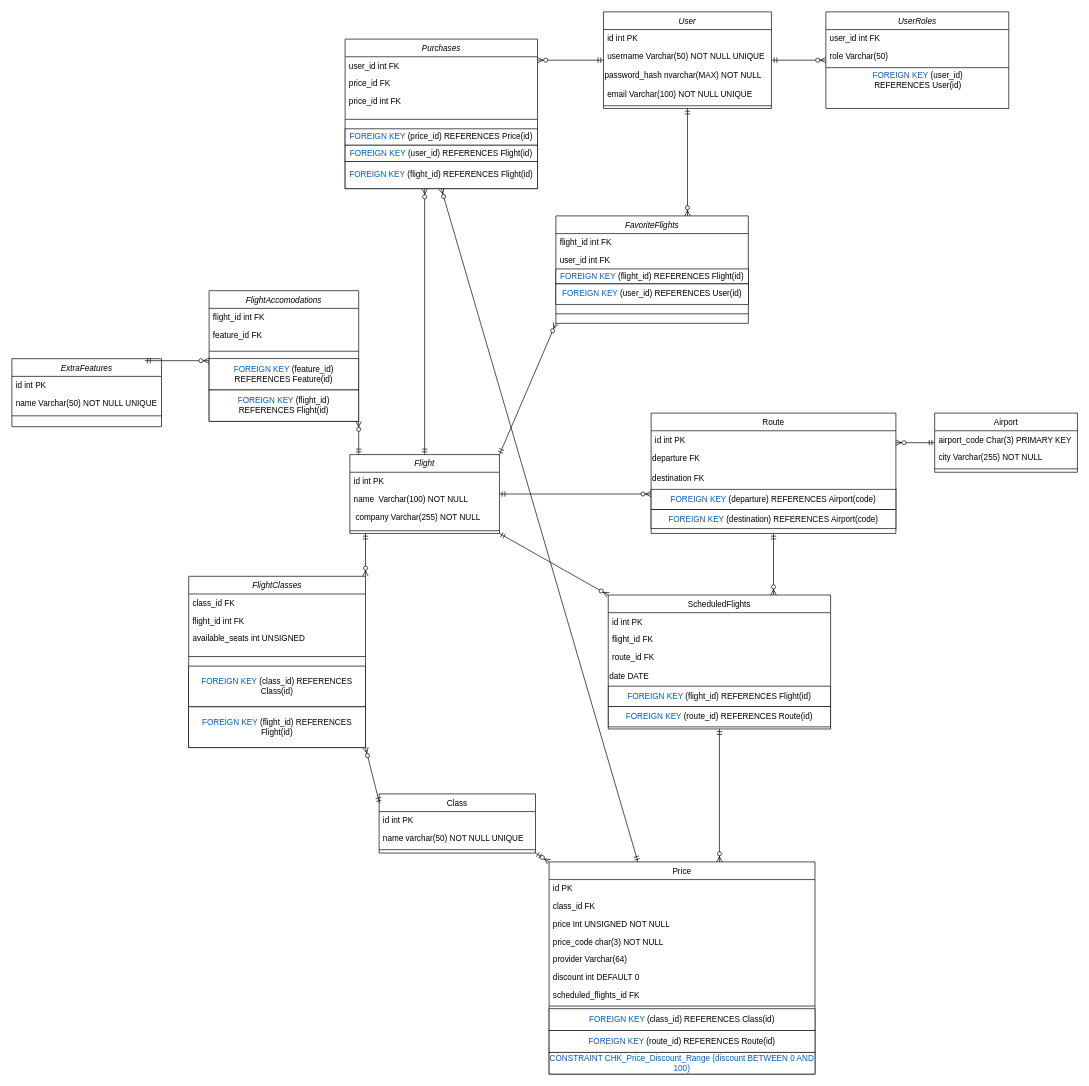
Osterie/IDATA2301_IDATA2306_GROUP_7 keeps this draw.io diagram as backend-Idata2306/Resources/database_flights.drawio. Above is the earlier version. Source tidied: cells renumbered, new cells numbered last; positions are measured from the earlier drawing's top-left corner, leaving out a move shared by most shapes. Both pictures are drawn from the tidied source at 68%, with x=0, y=0 at pixel (12, 12).
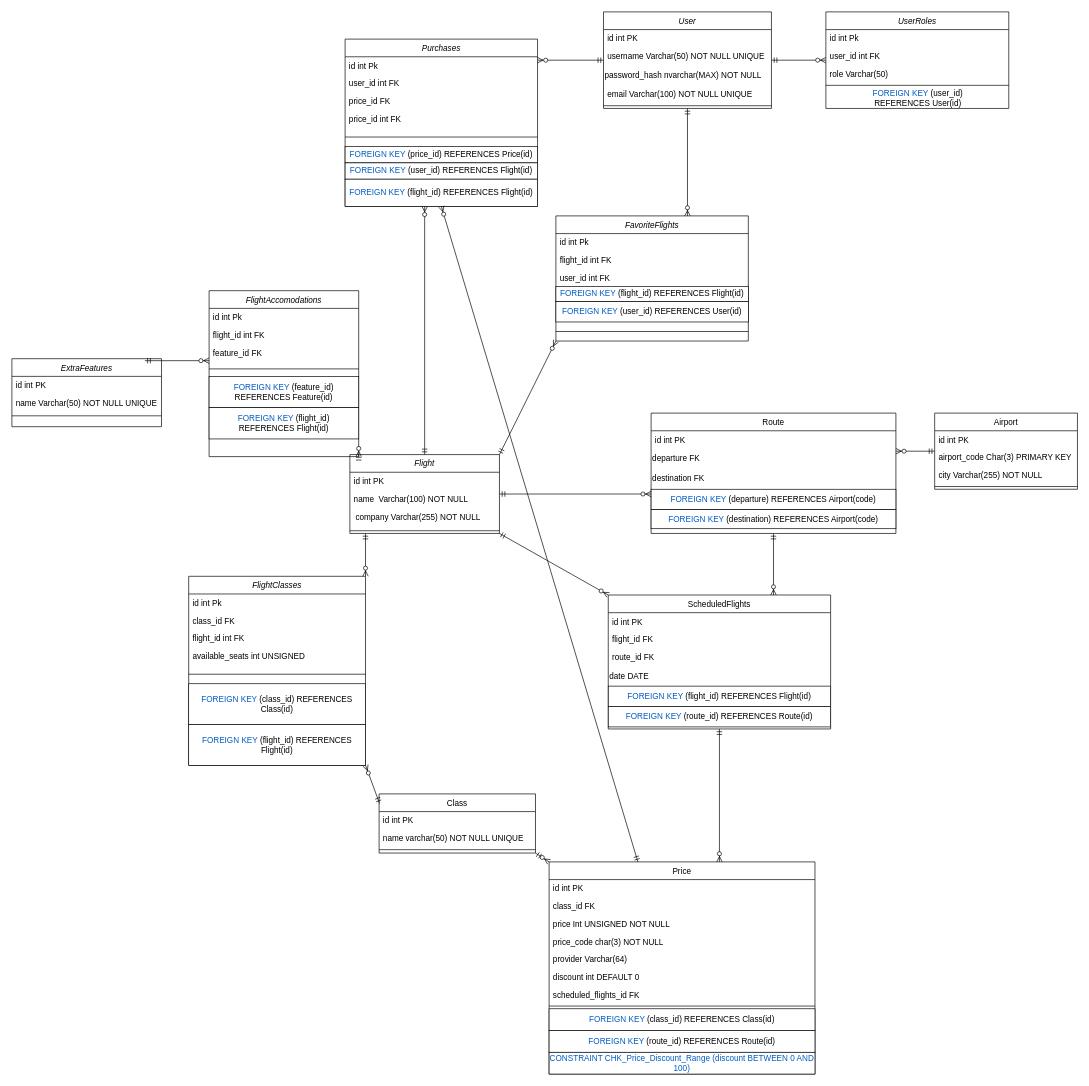
Above is the later version.

Commit message:
Added id to theflight table

Unchanged cells that the change refers to:
```xml
<mxCell id="65" value="Price" style="swimlane;fontStyle=0;align=center;verticalAlign=top;horizontal=1;startSize=26;rounded=0;shadow=0;strokeWidth=1;" parent="1" vertex="1">
  <mxGeometry x="790" y="1250" width="391" height="312" as="geometry" />
</mxCell>
<mxCell id="92" value="UserRoles" style="swimlane;fontStyle=2;align=center;verticalAlign=top;horizontal=1;startSize=26;rounded=0;shadow=0;strokeWidth=1;" parent="1" vertex="1">
  <mxGeometry x="1197" width="269" height="142" as="geometry" />
</mxCell>
```

The edit, as a diff of the source:
```diff
@@
     <mxCell id="7" value="Airport" style="swimlane;fontStyle=0;align=center;verticalAlign=top;horizontal=1;startSize=26;rounded=0;shadow=0;strokeWidth=1;" parent="1" vertex="1">
-      <mxGeometry x="1357" y="590" width="210" height="87" as="geometry" />
+      <mxGeometry x="1357" y="590" width="210" height="112" as="geometry" />
     </mxCell>
-    <mxCell id="8" value="airport_code Char(3) PRIMARY KEY" style="text;align=left;verticalAlign=top;spacingLeft=4;spacingRight=4;overflow=hidden;" parent="7" vertex="1">
+    <mxCell id="8" value="id int PK" style="text;align=left;verticalAlign=top;spacingLeft=4;spacingRight=4;overflow=hidden;" parent="7" vertex="1">
       <mxGeometry y="26" width="210" height="26" as="geometry" />
     </mxCell>
+    <mxCell id="98" value="airport_code Char(3) PRIMARY KEY" style="text;align=left;verticalAlign=top;spacingLeft=4;spacingRight=4;overflow=hidden;" parent="7" vertex="1">
+      <mxGeometry y="52" width="210" height="26" as="geometry" />
+    </mxCell>
     <mxCell id="9" value="city Varchar(255) NOT NULL" style="text;align=left;verticalAlign=top;spacingLeft=4;spacingRight=4;overflow=hidden;rounded=0;shadow=0;html=0;" parent="7" vertex="1">
-      <mxGeometry y="52" width="210" height="26" as="geometry" />
+      <mxGeometry y="78" width="210" height="26" as="geometry" />
     </mxCell>
     <mxCell id="10" style="line;html=1;strokeWidth=1;align=left;verticalAlign=middle;spacingTop=-1;spacingLeft=3;spacingRight=3;labelPosition=right;" parent="7" vertex="1">
-      <mxGeometry y="78" width="210" height="8" as="geometry" />
+      <mxGeometry y="104" width="210" height="8" as="geometry" />
     </mxCell>
@@
     <mxCell id="25" value="FavoriteFlights" style="swimlane;fontStyle=2;align=center;verticalAlign=top;horizontal=1;startSize=26;rounded=0;shadow=0;strokeWidth=1;" parent="1" vertex="1">
-      <mxGeometry x="800" y="300" width="283" height="158" as="geometry" />
+      <mxGeometry x="800" y="300" width="283" height="184" as="geometry" />
     </mxCell>
+    <mxCell id="99" value="id int Pk" style="text;align=left;verticalAlign=top;spacingLeft=4;spacingRight=4;overflow=hidden;" parent="25" vertex="1">
+      <mxGeometry y="26" width="283" height="26" as="geometry" />
+    </mxCell>
     <mxCell id="26" value="flight_id int FK" style="text;align=left;verticalAlign=top;spacingLeft=4;spacingRight=4;overflow=hidden;" parent="25" vertex="1">
-      <mxGeometry y="26" width="283" height="26" as="geometry" />
+      <mxGeometry y="52" width="283" height="26" as="geometry" />
     </mxCell>
     <mxCell id="27" value="user_id int FK" style="text;align=left;verticalAlign=top;spacingLeft=4;spacingRight=4;overflow=hidden;" parent="25" vertex="1">
-      <mxGeometry y="52" width="283" height="26" as="geometry" />
+      <mxGeometry y="78" width="283" height="26" as="geometry" />
     </mxCell>
     <mxCell id="28" value="&lt;span style=&quot;color: rgb(0, 92, 197); --darkreader-inline-color: var(--darkreader-text-005cc5, #56b1ff);&quot; class=&quot;sqlkeywordcolor&quot;&gt;FOREIGN&lt;/span&gt;&amp;nbsp;&lt;span style=&quot;color: rgb(0, 92, 197); --darkreader-inline-color: var(--darkreader-text-005cc5, #56b1ff);&quot; class=&quot;sqlkeywordcolor&quot;&gt;KEY&lt;/span&gt;&amp;nbsp;(flight_id) REFERENCES Flight(id)" style="whiteSpace=wrap;html=1;" parent="25" vertex="1">
-      <mxGeometry y="78" width="283" height="22" as="geometry" />
+      <mxGeometry y="104" width="283" height="22" as="geometry" />
     </mxCell>
     <mxCell id="29" value="&lt;span style=&quot;color: rgb(0, 92, 197); --darkreader-inline-color: var(--darkreader-text-005cc5, #56b1ff);&quot; class=&quot;sqlkeywordcolor&quot;&gt;FOREIGN&lt;/span&gt;&amp;nbsp;&lt;span style=&quot;color: rgb(0, 92, 197); --darkreader-inline-color: var(--darkreader-text-005cc5, #56b1ff);&quot; class=&quot;sqlkeywordcolor&quot;&gt;KEY&lt;/span&gt;&amp;nbsp;(user_id) REFERENCES User(id)" style="whiteSpace=wrap;html=1;" parent="25" vertex="1">
-      <mxGeometry y="100" width="283" height="30" as="geometry" />
+      <mxGeometry y="126" width="283" height="30" as="geometry" />
     </mxCell>
     <mxCell id="30" style="line;html=1;strokeWidth=1;align=left;verticalAlign=middle;spacingTop=-1;spacingLeft=3;spacingRight=3;labelPosition=right;" parent="25" vertex="1">
-      <mxGeometry y="130" width="283" height="28" as="geometry" />
+      <mxGeometry y="156" width="283" height="28" as="geometry" />
     </mxCell>
     <mxCell id="31" value="Purchases" style="swimlane;fontStyle=2;align=center;verticalAlign=top;horizontal=1;startSize=26;rounded=0;shadow=0;strokeWidth=1;" parent="1" vertex="1">
-      <mxGeometry x="490" y="40" width="283" height="220" as="geometry" />
+      <mxGeometry x="490" y="40" width="283" height="246" as="geometry" />
     </mxCell>
+    <mxCell id="100" value="id int Pk" style="text;align=left;verticalAlign=top;spacingLeft=4;spacingRight=4;overflow=hidden;" parent="31" vertex="1">
+      <mxGeometry y="26" width="283" height="26" as="geometry" />
+    </mxCell>
     <mxCell id="32" value="user_id int FK" style="text;align=left;verticalAlign=top;spacingLeft=4;spacingRight=4;overflow=hidden;" parent="31" vertex="1">
-      <mxGeometry y="26" width="283" height="26" as="geometry" />
+      <mxGeometry y="52" width="283" height="26" as="geometry" />
     </mxCell>
     <mxCell id="33" value="price_id FK" style="text;align=left;verticalAlign=top;spacingLeft=4;spacingRight=4;overflow=hidden;" parent="31" vertex="1">
-      <mxGeometry y="52" width="283" height="26" as="geometry" />
+      <mxGeometry y="78" width="283" height="26" as="geometry" />
     </mxCell>
     <mxCell id="34" value="price_id int FK" style="text;align=left;verticalAlign=top;spacingLeft=4;spacingRight=4;overflow=hidden;" parent="31" vertex="1">
-      <mxGeometry y="78" width="283" height="26" as="geometry" />
+      <mxGeometry y="104" width="283" height="26" as="geometry" />
     </mxCell>
     <mxCell id="35" style="line;html=1;strokeWidth=1;align=left;verticalAlign=middle;spacingTop=-1;spacingLeft=3;spacingRight=3;labelPosition=right;" parent="31" vertex="1">
-      <mxGeometry y="104" width="283" height="28" as="geometry" />
+      <mxGeometry y="130" width="283" height="28" as="geometry" />
     </mxCell>
     <mxCell id="36" value="&lt;span style=&quot;color: rgb(0, 92, 197); --darkreader-inline-color: var(--darkreader-text-005cc5, #56b1ff);&quot; class=&quot;sqlkeywordcolor&quot;&gt;FOREIGN&lt;/span&gt;&amp;nbsp;&lt;span style=&quot;color: rgb(0, 92, 197); --darkreader-inline-color: var(--darkreader-text-005cc5, #56b1ff);&quot; class=&quot;sqlkeywordcolor&quot;&gt;KEY&lt;/span&gt;&amp;nbsp;(price_id) REFERENCES Price(id)" style="whiteSpace=wrap;html=1;" parent="31" vertex="1">
-      <mxGeometry y="132" width="283" height="24" as="geometry" />
+      <mxGeometry y="158" width="283" height="24" as="geometry" />
     </mxCell>
     <mxCell id="37" value="&lt;span style=&quot;color: rgb(0, 92, 197); --darkreader-inline-color: var(--darkreader-text-005cc5, #56b1ff);&quot; class=&quot;sqlkeywordcolor&quot;&gt;FOREIGN&lt;/span&gt;&amp;nbsp;&lt;span style=&quot;color: rgb(0, 92, 197); --darkreader-inline-color: var(--darkreader-text-005cc5, #56b1ff);&quot; class=&quot;sqlkeywordcolor&quot;&gt;KEY&lt;/span&gt;&amp;nbsp;(user_id) REFERENCES Flight(id)" style="whiteSpace=wrap;html=1;" parent="31" vertex="1">
-      <mxGeometry y="156" width="283" height="24" as="geometry" />
+      <mxGeometry y="182" width="283" height="24" as="geometry" />
     </mxCell>
     <mxCell id="38" value="&lt;span style=&quot;color: rgb(0, 92, 197); --darkreader-inline-color: var(--darkreader-text-005cc5, #56b1ff);&quot; class=&quot;sqlkeywordcolor&quot;&gt;FOREIGN&lt;/span&gt;&amp;nbsp;&lt;span style=&quot;color: rgb(0, 92, 197); --darkreader-inline-color: var(--darkreader-text-005cc5, #56b1ff);&quot; class=&quot;sqlkeywordcolor&quot;&gt;KEY&lt;/span&gt;&amp;nbsp;(flight_id) REFERENCES Flight(id)" style="whiteSpace=wrap;html=1;" parent="31" vertex="1">
-      <mxGeometry y="180" width="283" height="40" as="geometry" />
+      <mxGeometry y="206" width="283" height="40" as="geometry" />
     </mxCell>
@@
     <mxCell id="43" value="FlightAccomodations" style="swimlane;fontStyle=2;align=center;verticalAlign=top;horizontal=1;startSize=26;rounded=0;shadow=0;strokeWidth=1;" parent="1" vertex="1">
-      <mxGeometry x="290" y="410" width="220" height="192" as="geometry" />
+      <mxGeometry x="290" y="410" width="220" height="244" as="geometry" />
     </mxCell>
+    <mxCell id="101" value="id int Pk" style="text;align=left;verticalAlign=top;spacingLeft=4;spacingRight=4;overflow=hidden;" parent="43" vertex="1">
+      <mxGeometry y="26" width="220" height="26" as="geometry" />
+    </mxCell>
     <mxCell id="44" value="flight_id int FK" style="text;align=left;verticalAlign=top;spacingLeft=4;spacingRight=4;overflow=hidden;" parent="43" vertex="1">
-      <mxGeometry y="26" width="220" height="26" as="geometry" />
+      <mxGeometry y="52" width="220" height="26" as="geometry" />
     </mxCell>
     <mxCell id="45" value="feature_id FK" style="text;align=left;verticalAlign=top;spacingLeft=4;spacingRight=4;overflow=hidden;" parent="43" vertex="1">
-      <mxGeometry y="52" width="220" height="26" as="geometry" />
+      <mxGeometry y="78" width="220" height="26" as="geometry" />
     </mxCell>
     <mxCell id="46" style="line;html=1;strokeWidth=1;align=left;verticalAlign=middle;spacingTop=-1;spacingLeft=3;spacingRight=3;labelPosition=right;" parent="43" vertex="1">
-      <mxGeometry y="78" width="220" height="22" as="geometry" />
+      <mxGeometry y="104" width="220" height="22" as="geometry" />
     </mxCell>
     <mxCell id="47" value="&lt;span style=&quot;color: rgb(0, 92, 197); --darkreader-inline-color: var(--darkreader-text-005cc5, #56b1ff);&quot; class=&quot;sqlkeywordcolor&quot;&gt;FOREIGN&lt;/span&gt;&amp;nbsp;&lt;span style=&quot;color: rgb(0, 92, 197); --darkreader-inline-color: var(--darkreader-text-005cc5, #56b1ff);&quot; class=&quot;sqlkeywordcolor&quot;&gt;KEY&lt;/span&gt;&amp;nbsp;(feature_id) REFERENCES Feature(id)" style="whiteSpace=wrap;html=1;" parent="43" vertex="1">
-      <mxGeometry y="100" width="220" height="46" as="geometry" />
+      <mxGeometry y="126" width="220" height="46" as="geometry" />
     </mxCell>
     <mxCell id="48" value="&lt;span style=&quot;color: rgb(0, 92, 197); --darkreader-inline-color: var(--darkreader-text-005cc5, #56b1ff);&quot; class=&quot;sqlkeywordcolor&quot;&gt;FOREIGN&lt;/span&gt;&amp;nbsp;&lt;span style=&quot;color: rgb(0, 92, 197); --darkreader-inline-color: var(--darkreader-text-005cc5, #56b1ff);&quot; class=&quot;sqlkeywordcolor&quot;&gt;KEY&lt;/span&gt;&amp;nbsp;(flight_id) REFERENCES Flight(id)" style="whiteSpace=wrap;html=1;" parent="43" vertex="1">
-      <mxGeometry y="146" width="220" height="46" as="geometry" />
+      <mxGeometry y="172" width="220" height="46" as="geometry" />
     </mxCell>
     <mxCell id="49" value="FlightClasses" style="swimlane;fontStyle=2;align=center;verticalAlign=top;horizontal=1;startSize=26;rounded=0;shadow=0;strokeWidth=1;" parent="1" vertex="1">
-      <mxGeometry x="260" y="830" width="260" height="252" as="geometry" />
+      <mxGeometry x="260" y="830" width="260" height="278" as="geometry" />
     </mxCell>
+    <mxCell id="102" value="id int Pk" style="text;align=left;verticalAlign=top;spacingLeft=4;spacingRight=4;overflow=hidden;" parent="49" vertex="1">
+      <mxGeometry y="26" width="260" height="26" as="geometry" />
+    </mxCell>
     <mxCell id="50" value="class_id FK" style="text;align=left;verticalAlign=top;spacingLeft=4;spacingRight=4;overflow=hidden;" parent="49" vertex="1">
-      <mxGeometry y="26" width="260" height="26" as="geometry" />
+      <mxGeometry y="52" width="260" height="26" as="geometry" />
     </mxCell>
     <mxCell id="51" value="flight_id int FK" style="text;align=left;verticalAlign=top;spacingLeft=4;spacingRight=4;overflow=hidden;" parent="49" vertex="1">
-      <mxGeometry y="52" width="260" height="26" as="geometry" />
+      <mxGeometry y="78" width="260" height="26" as="geometry" />
     </mxCell>
     <mxCell id="52" value="available_seats int UNSIGNED" style="text;align=left;verticalAlign=top;spacingLeft=4;spacingRight=4;overflow=hidden;" parent="49" vertex="1">
-      <mxGeometry y="78" width="260" height="26" as="geometry" />
+      <mxGeometry y="104" width="260" height="26" as="geometry" />
     </mxCell>
     <mxCell id="53" style="line;html=1;strokeWidth=1;align=left;verticalAlign=middle;spacingTop=-1;spacingLeft=3;spacingRight=3;labelPosition=right;" parent="49" vertex="1">
-      <mxGeometry y="104" width="260" height="28" as="geometry" />
+      <mxGeometry y="130" width="260" height="28" as="geometry" />
     </mxCell>
     <mxCell id="54" value="&lt;span style=&quot;color: rgb(0, 92, 197); --darkreader-inline-color: var(--darkreader-text-005cc5, #56b1ff);&quot; class=&quot;sqlkeywordcolor&quot;&gt;FOREIGN&lt;/span&gt;&amp;nbsp;&lt;span style=&quot;color: rgb(0, 92, 197); --darkreader-inline-color: var(--darkreader-text-005cc5, #56b1ff);&quot; class=&quot;sqlkeywordcolor&quot;&gt;KEY&lt;/span&gt;&amp;nbsp;(class_id) REFERENCES Class(id)" style="whiteSpace=wrap;html=1;" parent="49" vertex="1">
-      <mxGeometry y="132" width="260" height="60" as="geometry" />
+      <mxGeometry y="158" width="260" height="60" as="geometry" />
     </mxCell>
     <mxCell id="55" value="&lt;span style=&quot;color: rgb(0, 92, 197); --darkreader-inline-color: var(--darkreader-text-005cc5, #56b1ff);&quot; class=&quot;sqlkeywordcolor&quot;&gt;FOREIGN&lt;/span&gt;&amp;nbsp;&lt;span style=&quot;color: rgb(0, 92, 197); --darkreader-inline-color: var(--darkreader-text-005cc5, #56b1ff);&quot; class=&quot;sqlkeywordcolor&quot;&gt;KEY&lt;/span&gt;&amp;nbsp;(flight_id) REFERENCES Flight(id)" style="whiteSpace=wrap;html=1;" parent="49" vertex="1">
-      <mxGeometry y="192" width="260" height="60" as="geometry" />
+      <mxGeometry y="218" width="260" height="60" as="geometry" />
     </mxCell>
@@
-    <mxCell id="66" value="id PK" style="text;align=left;verticalAlign=top;spacingLeft=4;spacingRight=4;overflow=hidden;" parent="65" vertex="1">
+    <mxCell id="66" value="id int PK" style="text;align=left;verticalAlign=top;spacingLeft=4;spacingRight=4;overflow=hidden;" parent="65" vertex="1">
       <mxGeometry y="26" width="391" height="26" as="geometry" />
     </mxCell>
@@
+    <mxCell id="103" value="id int Pk" style="text;align=left;verticalAlign=top;spacingLeft=4;spacingRight=4;overflow=hidden;" parent="92" vertex="1">
+      <mxGeometry y="26" width="269" height="26" as="geometry" />
+    </mxCell>
     <mxCell id="93" value="user_id int FK" style="text;align=left;verticalAlign=top;spacingLeft=4;spacingRight=4;overflow=hidden;" parent="92" vertex="1">
-      <mxGeometry y="26" width="269" height="26" as="geometry" />
+      <mxGeometry y="52" width="269" height="26" as="geometry" />
     </mxCell>
     <mxCell id="94" value="role Varchar(50)" style="text;align=left;verticalAlign=top;spacingLeft=4;spacingRight=4;overflow=hidden;" parent="92" vertex="1">
-      <mxGeometry y="52" width="269" height="26" as="geometry" />
+      <mxGeometry y="78" width="269" height="26" as="geometry" />
     </mxCell>
     <mxCell id="95" style="line;html=1;strokeWidth=1;align=left;verticalAlign=middle;spacingTop=-1;spacingLeft=3;spacingRight=3;labelPosition=right;" parent="92" vertex="1">
-      <mxGeometry y="78" width="269" height="8" as="geometry" />
+      <mxGeometry y="104" width="269" height="8" as="geometry" />
     </mxCell>
     <mxCell id="96" value="&lt;span style=&quot;text-wrap-mode: wrap; color: rgb(0, 92, 197); --darkreader-inline-color: var(--darkreader-text-005cc5, #56b1ff);&quot; class=&quot;sqlkeywordcolor&quot;&gt;FOREIGN&lt;/span&gt;&lt;span style=&quot;text-wrap-mode: wrap;&quot;&gt;&amp;nbsp;&lt;/span&gt;&lt;span style=&quot;text-wrap-mode: wrap; color: rgb(0, 92, 197); --darkreader-inline-color: var(--darkreader-text-005cc5, #56b1ff);&quot; class=&quot;sqlkeywordcolor&quot;&gt;KEY&lt;/span&gt;&lt;span style=&quot;text-wrap-mode: wrap;&quot;&gt;&amp;nbsp;(user_id) REFERENCES User(id&lt;/span&gt;&lt;span style=&quot;text-wrap-mode: wrap; background-color: transparent; color: light-dark(rgb(0, 0, 0), rgb(255, 255, 255));&quot;&gt;)&lt;/span&gt;" style="text;html=1;align=center;verticalAlign=middle;strokeColor=none;fillColor=none;" parent="92" vertex="1">
-      <mxGeometry y="86" width="269" height="30" as="geometry" />
+      <mxGeometry y="112" width="269" height="30" as="geometry" />
     </mxCell>
```
